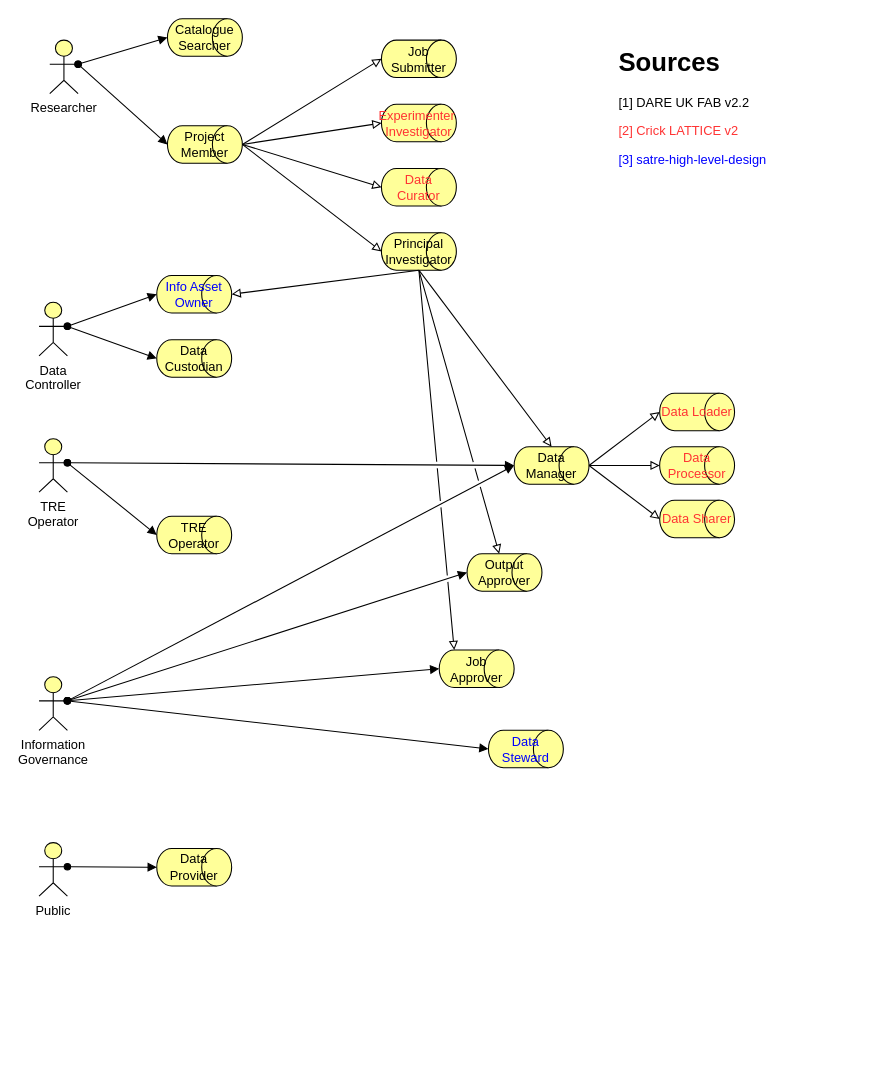
Earlier version of the draw.io diagram page "Page-1" (1 of 2) of Docs/Diagrams/TRE_Actors_Roles.drawio (sa-tre/satre-high-level-design). Source tidied: cells renumbered, new cells numbered last; positions are measured from the earlier drawing's top-left corner, leaving out a move shared by most shapes. Both pictures are drawn from the tidied source at 107%, with x=0, y=0 at pixel (39, 18).
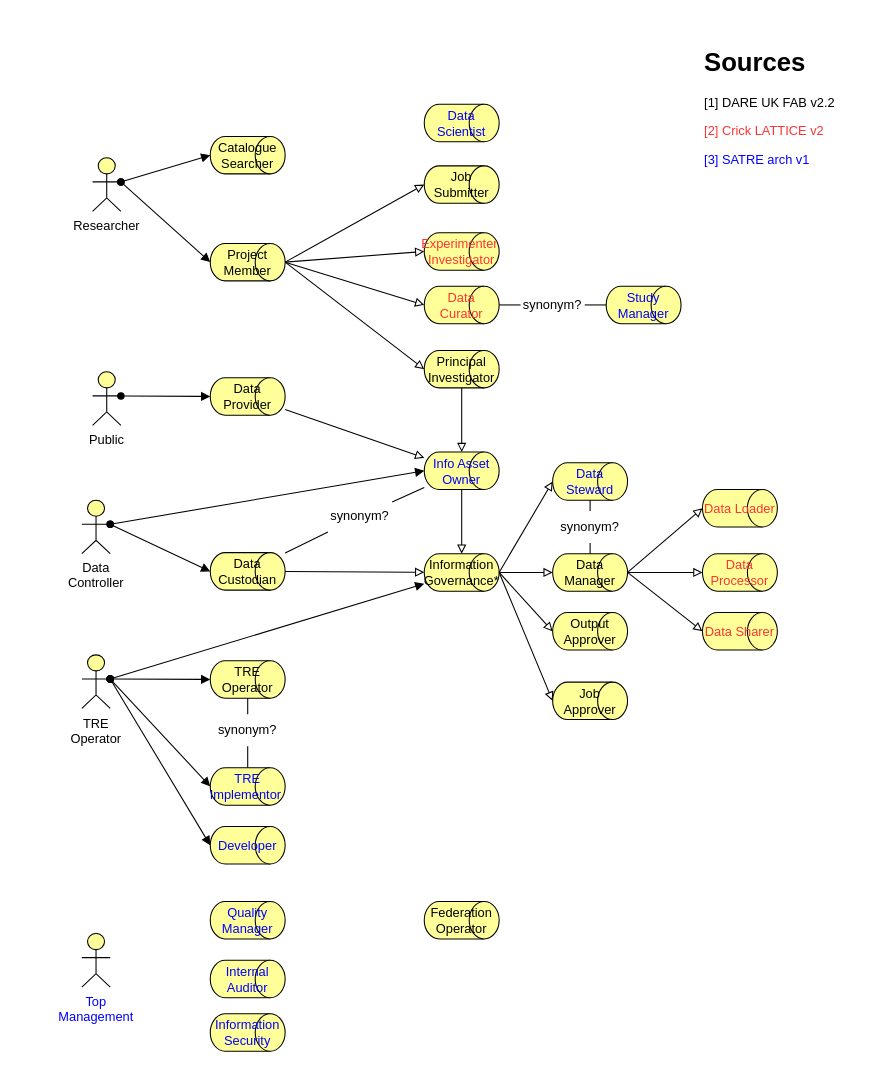
After the change.

Commit message (it also covers changes not shown here):
Updated diagram, added narrative

Updated diagram to include all roles in SATRE arch v1. Begun narrative page.

Diff of the diagram source:
```diff
@@
     <mxCell id="2" value="Researcher" style="html=1;outlineConnect=0;whiteSpace=wrap;fillColor=#ffff99;verticalLabelPosition=bottom;verticalAlign=top;align=center;shape=mxgraph.archimate3.actor;" parent="1" vertex="1">
-      <mxGeometry x="10" y="20" width="26.5" height="50" as="geometry" />
+      <mxGeometry x="50" y="130" width="26.5" height="50" as="geometry" />
     </mxCell>
     <mxCell id="3" value="Project Member" style="html=1;outlineConnect=0;whiteSpace=wrap;fillColor=#ffff99;shape=mxgraph.archimate3.role;fontColor=#000000;" parent="1" vertex="1">
-      <mxGeometry x="120" y="100" width="70" height="35" as="geometry" />
+      <mxGeometry x="160" y="210" width="70" height="35" as="geometry" />
     </mxCell>
     <mxCell id="4" value="Catalogue Searcher" style="html=1;outlineConnect=0;whiteSpace=wrap;fillColor=#ffff99;shape=mxgraph.archimate3.role;fontColor=#000000;fillStyle=auto;" parent="1" vertex="1">
-      <mxGeometry x="120" width="70" height="35" as="geometry" />
+      <mxGeometry x="160" y="110" width="70" height="35" as="geometry" />
     </mxCell>
     <mxCell id="5" value="Principal Investigator" style="html=1;outlineConnect=0;whiteSpace=wrap;fillColor=#ffff99;shape=mxgraph.archimate3.role;fontColor=#000000;" parent="1" vertex="1">
-      <mxGeometry x="320" y="200" width="70" height="35" as="geometry" />
+      <mxGeometry x="360" y="310" width="70" height="35" as="geometry" />
     </mxCell>
     <mxCell id="6" value="Job Submitter" style="html=1;outlineConnect=0;whiteSpace=wrap;fillColor=#ffff99;shape=mxgraph.archimate3.role;fontColor=#000000;" parent="1" vertex="1">
-      <mxGeometry x="320" y="20" width="70" height="35" as="geometry" />
+      <mxGeometry x="360" y="137.5" width="70" height="35" as="geometry" />
     </mxCell>
     <mxCell id="7" value="Experimenter&amp;nbsp; Investigator" style="html=1;outlineConnect=0;whiteSpace=wrap;fillColor=#ffff99;shape=mxgraph.archimate3.role;fontColor=#FF3333;" parent="1" vertex="1">
-      <mxGeometry x="320" y="80" width="70" height="35" as="geometry" />
+      <mxGeometry x="360" y="200" width="70" height="35" as="geometry" />
     </mxCell>
-    <mxCell id="8" value="Information Governance" style="html=1;outlineConnect=0;whiteSpace=wrap;fillColor=#ffff99;verticalLabelPosition=bottom;verticalAlign=top;align=center;shape=mxgraph.archimate3.actor;" parent="1" vertex="1">
-      <mxGeometry y="615" width="26.5" height="50" as="geometry" />
-    </mxCell>
     <mxCell id="9" value="Output Approver" style="html=1;outlineConnect=0;whiteSpace=wrap;fillColor=#ffff99;shape=mxgraph.archimate3.role;fontColor=#000000;" parent="1" vertex="1">
-      <mxGeometry x="400" y="500" width="70" height="35" as="geometry" />
+      <mxGeometry x="480" y="555" width="70" height="35" as="geometry" />
     </mxCell>
     <mxCell id="10" value="Data Manager" style="html=1;outlineConnect=0;whiteSpace=wrap;fillColor=#ffff99;shape=mxgraph.archimate3.role;fontColor=#000000;" parent="1" vertex="1">
-      <mxGeometry x="444" y="400" width="70" height="35" as="geometry" />
+      <mxGeometry x="480" y="500" width="70" height="35" as="geometry" />
     </mxCell>
     <mxCell id="11" value="Job Approver" style="html=1;outlineConnect=0;whiteSpace=wrap;fillColor=#ffff99;shape=mxgraph.archimate3.role;fontColor=#000000;" parent="1" vertex="1">
-      <mxGeometry x="374" y="590" width="70" height="35" as="geometry" />
+      <mxGeometry x="480" y="620" width="70" height="35" as="geometry" />
     </mxCell>
     <mxCell id="12" value="Data Controller" style="html=1;outlineConnect=0;whiteSpace=wrap;fillColor=#ffff99;verticalLabelPosition=bottom;verticalAlign=top;align=center;shape=mxgraph.archimate3.actor;" parent="1" vertex="1">
-      <mxGeometry y="265" width="26.5" height="50" as="geometry" />
+      <mxGeometry x="40" y="450" width="26.5" height="50" as="geometry" />
     </mxCell>
     <mxCell id="13" value="Data Custodian" style="html=1;outlineConnect=0;whiteSpace=wrap;fillColor=#ffff99;shape=mxgraph.archimate3.role;" parent="1" vertex="1">
-      <mxGeometry x="110" y="300" width="70" height="35" as="geometry" />
+      <mxGeometry x="160" y="499" width="70" height="35" as="geometry" />
     </mxCell>
     <mxCell id="14" value="TRE Operator" style="html=1;outlineConnect=0;whiteSpace=wrap;fillColor=#ffff99;verticalLabelPosition=bottom;verticalAlign=top;align=center;shape=mxgraph.archimate3.actor;" parent="1" vertex="1">
-      <mxGeometry y="392.5" width="26.5" height="50" as="geometry" />
+      <mxGeometry x="40" y="594.5" width="26.5" height="50" as="geometry" />
     </mxCell>
     <mxCell id="15" value="TRE Operator" style="html=1;outlineConnect=0;whiteSpace=wrap;fillColor=#ffff99;shape=mxgraph.archimate3.role;fontColor=#000000;" parent="1" vertex="1">
-      <mxGeometry x="110" y="465" width="70" height="35" as="geometry" />
+      <mxGeometry x="160" y="600" width="70" height="35" as="geometry" />
     </mxCell>
     <mxCell id="16" value="Public" style="html=1;outlineConnect=0;whiteSpace=wrap;fillColor=#ffff99;verticalLabelPosition=bottom;verticalAlign=top;align=center;shape=mxgraph.archimate3.actor;" parent="1" vertex="1">
-      <mxGeometry y="770" width="26.5" height="50" as="geometry" />
+      <mxGeometry x="50" y="330" width="26.5" height="50" as="geometry" />
     </mxCell>
     <mxCell id="17" value="Data Provider" style="html=1;outlineConnect=0;whiteSpace=wrap;fillColor=#ffff99;shape=mxgraph.archimate3.role;" parent="1" vertex="1">
-      <mxGeometry x="110" y="775.5" width="70" height="35" as="geometry" />
+      <mxGeometry x="160" y="335.5" width="70" height="35" as="geometry" />
     </mxCell>
     <mxCell id="18" value="Data Loader" style="html=1;outlineConnect=0;whiteSpace=wrap;fillColor=#ffff99;shape=mxgraph.archimate3.role;fontColor=#FF3333;" parent="1" vertex="1">
-      <mxGeometry x="580" y="350" width="70" height="35" as="geometry" />
+      <mxGeometry x="620" y="440" width="70" height="35" as="geometry" />
     </mxCell>
     <mxCell id="19" value="Data Processor" style="html=1;outlineConnect=0;whiteSpace=wrap;fillColor=#ffff99;shape=mxgraph.archimate3.role;fontColor=#FF3333;" parent="1" vertex="1">
-      <mxGeometry x="580" y="400" width="70" height="35" as="geometry" />
+      <mxGeometry x="620" y="500" width="70" height="35" as="geometry" />
     </mxCell>
     <mxCell id="20" value="Data Sharer" style="html=1;outlineConnect=0;whiteSpace=wrap;fillColor=#ffff99;shape=mxgraph.archimate3.role;fontColor=#FF3333;" parent="1" vertex="1">
-      <mxGeometry x="580" y="450" width="70" height="35" as="geometry" />
+      <mxGeometry x="620" y="555" width="70" height="35" as="geometry" />
     </mxCell>
     <mxCell id="21" value="Data Curator" style="html=1;outlineConnect=0;whiteSpace=wrap;fillColor=#ffff99;shape=mxgraph.archimate3.role;fontColor=#FF3333;" parent="1" vertex="1">
-      <mxGeometry x="320" y="140" width="70" height="35" as="geometry" />
+      <mxGeometry x="360" y="250" width="70" height="35" as="geometry" />
     </mxCell>
@@
-    <mxCell id="24" style="endArrow=block;html=1;endFill=1;startArrow=oval;startFill=1;elbow=vertical;rounded=0;entryX=0;entryY=0.5;entryDx=0;entryDy=0;entryPerimeter=0;exitX=1;exitY=0.45;exitDx=0;exitDy=0;exitPerimeter=0;" parent="1" edge="1" source="8" target="11">
-      <mxGeometry relative="1" as="geometry" />
-    </mxCell>
-    <mxCell id="25" style="endArrow=block;html=1;endFill=1;startArrow=oval;startFill=1;elbow=vertical;rounded=0;entryX=0;entryY=0.5;entryDx=0;entryDy=0;entryPerimeter=0;exitX=1;exitY=0.45;exitDx=0;exitDy=0;exitPerimeter=0;" parent="1" edge="1" source="8" target="10">
-      <mxGeometry relative="1" as="geometry" />
-    </mxCell>
-    <mxCell id="26" style="endArrow=block;html=1;endFill=1;startArrow=oval;startFill=1;elbow=vertical;rounded=0;entryX=0;entryY=0.5;entryDx=0;entryDy=0;entryPerimeter=0;exitX=1;exitY=0.45;exitDx=0;exitDy=0;exitPerimeter=0;" parent="1" edge="1" source="8" target="9">
-      <mxGeometry relative="1" as="geometry" />
-    </mxCell>
-    <mxCell id="27" style="endArrow=block;html=1;endFill=1;startArrow=oval;startFill=1;elbow=vertical;rounded=0;entryX=0;entryY=0.5;entryDx=0;entryDy=0;entryPerimeter=0;exitX=1;exitY=0.45;exitDx=0;exitDy=0;exitPerimeter=0;" parent="1" edge="1" source="14" target="15">
+    <mxCell id="27" style="endArrow=block;html=1;endFill=1;startArrow=oval;startFill=1;elbow=vertical;rounded=0;exitX=1;exitY=0.45;exitDx=0;exitDy=0;exitPerimeter=0;entryX=0;entryY=0.5;entryDx=0;entryDy=0;entryPerimeter=0;" parent="1" edge="1" source="14" target="15">
       <mxGeometry relative="1" as="geometry" />
     </mxCell>
@@
-    <mxCell id="37" value="&lt;h1 style=&quot;margin-top: 0px;&quot;&gt;Sources&lt;/h1&gt;&lt;p&gt;[1] DARE UK FAB v2.2&lt;/p&gt;&lt;p&gt;&lt;font style=&quot;color: rgb(255, 51, 51);&quot;&gt;[2] &lt;font style=&quot;color: rgb(255, 51, 51);&quot;&gt;Crick LATTICE v2&lt;/font&gt;&lt;/font&gt;&lt;/p&gt;&lt;p&gt;&lt;font&gt;&lt;font style=&quot;color: rgb(0, 0, 255);&quot;&gt;[3] satre-high-level-design&lt;/font&gt;&lt;/font&gt;&lt;/p&gt;" style="text;html=1;whiteSpace=wrap;overflow=hidden;rounded=0;" parent="1" vertex="1">
-      <mxGeometry x="540" y="20" width="180" height="170" as="geometry" />
+    <mxCell id="37" value="&lt;h1 style=&quot;margin-top: 0px;&quot;&gt;Sources&lt;/h1&gt;&lt;p&gt;[1] DARE UK FAB v2.2&lt;/p&gt;&lt;p&gt;&lt;font style=&quot;color: rgb(255, 51, 51);&quot;&gt;[2] &lt;font style=&quot;color: rgb(255, 51, 51);&quot;&gt;Crick LATTICE v2&lt;/font&gt;&lt;/font&gt;&lt;/p&gt;&lt;p&gt;&lt;font&gt;&lt;font style=&quot;color: rgb(0, 0, 255);&quot;&gt;[3] SATRE arch v1&lt;/font&gt;&lt;/font&gt;&lt;/p&gt;" style="text;html=1;whiteSpace=wrap;overflow=hidden;rounded=0;" parent="1" vertex="1">
+      <mxGeometry x="620" y="20" width="140" height="170" as="geometry" />
     </mxCell>
     <mxCell id="38" value="&lt;font style=&quot;color: rgb(0, 0, 255);&quot;&gt;Info Asset Owner&lt;/font&gt;" style="html=1;outlineConnect=0;whiteSpace=wrap;fillColor=#ffff99;shape=mxgraph.archimate3.role;" parent="1" vertex="1">
-      <mxGeometry x="110" y="240" width="70" height="35" as="geometry" />
+      <mxGeometry x="360" y="405" width="70" height="35" as="geometry" />
     </mxCell>
@@
     <mxCell id="40" value="&lt;font style=&quot;color: rgb(0, 0, 255);&quot;&gt;Data Steward&lt;/font&gt;" style="html=1;outlineConnect=0;whiteSpace=wrap;fillColor=#ffff99;shape=mxgraph.archimate3.role;fontColor=#000000;" parent="1" vertex="1">
-      <mxGeometry x="420" y="665" width="70" height="35" as="geometry" />
+      <mxGeometry x="480" y="415" width="70" height="35" as="geometry" />
     </mxCell>
-    <mxCell id="41" style="endArrow=block;html=1;endFill=1;startArrow=oval;startFill=1;elbow=vertical;rounded=0;entryX=0;entryY=0.5;entryDx=0;entryDy=0;entryPerimeter=0;exitX=1;exitY=0.45;exitDx=0;exitDy=0;exitPerimeter=0;" parent="1" edge="1" source="8" target="40">
-      <mxGeometry relative="1" as="geometry" />
-    </mxCell>
-    <mxCell id="42" style="endArrow=block;html=1;endFill=1;startArrow=oval;startFill=1;elbow=vertical;rounded=0;entryX=0;entryY=0.5;entryDx=0;entryDy=0;entryPerimeter=0;exitX=1;exitY=0.45;exitDx=0;exitDy=0;exitPerimeter=0;" parent="1" edge="1" source="14" target="10">
+    <mxCell id="42" style="endArrow=block;html=1;endFill=1;startArrow=oval;startFill=1;elbow=vertical;rounded=0;exitX=1;exitY=0.45;exitDx=0;exitDy=0;exitPerimeter=0;" parent="1" edge="1" source="14" target="56">
       <mxGeometry relative="1" as="geometry" />
     </mxCell>
-    <mxCell id="43" style="endArrow=block;html=1;endFill=0;elbow=vertical;rounded=0;exitX=0.5;exitY=1;exitDx=0;exitDy=0;exitPerimeter=0;entryX=0.5;entryY=0;entryDx=0;entryDy=0;entryPerimeter=0;fontColor=#000000;jumpStyle=gap;" parent="1" edge="1" source="5" target="10">
-      <mxGeometry relative="1" as="geometry" />
-    </mxCell>
-    <mxCell id="44" style="endArrow=block;html=1;endFill=0;elbow=vertical;rounded=0;exitX=0.5;exitY=1;exitDx=0;exitDy=0;exitPerimeter=0;fontColor=#000000;jumpStyle=gap;" parent="1" edge="1" source="5" target="9">
-      <mxGeometry relative="1" as="geometry" />
-    </mxCell>
-    <mxCell id="45" style="endArrow=block;html=1;endFill=0;elbow=vertical;rounded=0;exitX=0.5;exitY=1;exitDx=0;exitDy=0;exitPerimeter=0;entryX=0.2;entryY=0;entryDx=0;entryDy=0;entryPerimeter=0;fontColor=#000000;jumpStyle=gap;" parent="1" edge="1" source="5" target="11">
-      <mxGeometry relative="1" as="geometry" />
-    </mxCell>
-    <mxCell id="46" style="endArrow=block;html=1;endFill=0;elbow=vertical;rounded=0;exitX=0.5;exitY=1;exitDx=0;exitDy=0;exitPerimeter=0;entryX=1;entryY=0.5;entryDx=0;entryDy=0;entryPerimeter=0;fontColor=#000000;jumpStyle=gap;" parent="1" edge="1" source="5" target="38">
+    <mxCell id="46" style="endArrow=block;html=1;endFill=0;elbow=vertical;rounded=0;exitX=0.5;exitY=1;exitDx=0;exitDy=0;exitPerimeter=0;entryX=0.5;entryY=0;entryDx=0;entryDy=0;entryPerimeter=0;fontColor=#000000;jumpStyle=gap;" parent="1" edge="1" source="5" target="38">
       <mxGeometry relative="1" as="geometry" />
     </mxCell>
+    <mxCell id="47" value="&lt;font style=&quot;color: rgb(0, 0, 255);&quot;&gt;Top Management&lt;/font&gt;" style="html=1;whiteSpace=wrap;fillColor=#ffff99;verticalLabelPosition=bottom;verticalAlign=top;align=center;shape=mxgraph.archimate3.actor;" parent="1" vertex="1">
+      <mxGeometry x="40" y="855" width="26.5" height="50" as="geometry" />
+    </mxCell>
+    <mxCell id="48" value="&lt;font style=&quot;color: rgb(0, 0, 255);&quot;&gt;Quality Manager&lt;/font&gt;" style="html=1;whiteSpace=wrap;fillColor=#ffff99;shape=mxgraph.archimate3.role;fontColor=#000000;" parent="1" vertex="1">
+      <mxGeometry x="160" y="825" width="70" height="35" as="geometry" />
+    </mxCell>
+    <mxCell id="49" value="&lt;font style=&quot;color: rgb(0, 0, 255);&quot;&gt;Internal Auditor&lt;/font&gt;" style="html=1;whiteSpace=wrap;fillColor=#ffff99;shape=mxgraph.archimate3.role;fontColor=#000000;" parent="1" vertex="1">
+      <mxGeometry x="160" y="880" width="70" height="35" as="geometry" />
+    </mxCell>
+    <mxCell id="50" value="&lt;font style=&quot;color: rgb(0, 0, 255);&quot;&gt;TRE Implementor&amp;nbsp;&lt;/font&gt;" style="html=1;outlineConnect=0;whiteSpace=wrap;fillColor=#ffff99;shape=mxgraph.archimate3.role;fontColor=#000000;" parent="1" vertex="1">
+      <mxGeometry x="160" y="700" width="70" height="35" as="geometry" />
+    </mxCell>
+    <mxCell id="51" value="&lt;font style=&quot;color: rgb(0, 0, 255);&quot;&gt;Study Manager&lt;/font&gt;" style="html=1;outlineConnect=0;whiteSpace=wrap;fillColor=#ffff99;shape=mxgraph.archimate3.role;fontColor=#000000;" parent="1" vertex="1">
+      <mxGeometry x="530" y="250" width="70" height="35" as="geometry" />
+    </mxCell>
+    <mxCell id="52" value="&lt;font style=&quot;&quot;&gt;Federation Operator&lt;/font&gt;" style="html=1;whiteSpace=wrap;fillColor=#ffff99;shape=mxgraph.archimate3.role;fontColor=#000000;" parent="1" vertex="1">
+      <mxGeometry x="360" y="825" width="70" height="35" as="geometry" />
+    </mxCell>
+    <mxCell id="53" value="&lt;font style=&quot;color: rgb(0, 0, 255);&quot;&gt;Developer&lt;/font&gt;" style="html=1;outlineConnect=0;whiteSpace=wrap;fillColor=#ffff99;shape=mxgraph.archimate3.role;fontColor=#000000;" parent="1" vertex="1">
+      <mxGeometry x="160" y="755" width="70" height="35" as="geometry" />
+    </mxCell>
+    <mxCell id="54" value="&lt;font style=&quot;color: rgb(0, 0, 255);&quot;&gt;Information Security&lt;/font&gt;" style="html=1;whiteSpace=wrap;fillColor=#ffff99;shape=mxgraph.archimate3.role;fontColor=#000000;" parent="1" vertex="1">
+      <mxGeometry x="160" y="930" width="70" height="35" as="geometry" />
+    </mxCell>
+    <mxCell id="55" value="&lt;font style=&quot;color: rgb(0, 0, 255);&quot;&gt;Data Scientist&lt;/font&gt;" style="html=1;whiteSpace=wrap;fillColor=#ffff99;shape=mxgraph.archimate3.role;fontColor=#000000;" parent="1" vertex="1">
+      <mxGeometry x="360" y="80" width="70" height="35" as="geometry" />
+    </mxCell>
+    <mxCell id="56" value="Information Governance*" style="html=1;outlineConnect=0;whiteSpace=wrap;fillColor=#ffff99;shape=mxgraph.archimate3.role;fontColor=#000000;" parent="1" vertex="1">
+      <mxGeometry x="360" y="500" width="70" height="35" as="geometry" />
+    </mxCell>
+    <mxCell id="57" style="endArrow=block;html=1;endFill=0;elbow=vertical;rounded=0;fontColor=#000000;jumpStyle=gap;entryX=0;entryY=0.5;entryDx=0;entryDy=0;entryPerimeter=0;exitX=1;exitY=0.5;exitDx=0;exitDy=0;exitPerimeter=0;" parent="1" edge="1" source="56" target="10">
+      <mxGeometry relative="1" as="geometry" />
+    </mxCell>
+    <mxCell id="58" style="endArrow=block;html=1;endFill=0;elbow=vertical;rounded=0;fontColor=#000000;jumpStyle=gap;exitX=1;exitY=0.5;exitDx=0;exitDy=0;exitPerimeter=0;entryX=0;entryY=0.5;entryDx=0;entryDy=0;entryPerimeter=0;" parent="1" edge="1" source="56" target="9">
+      <mxGeometry relative="1" as="geometry" />
+    </mxCell>
+    <mxCell id="59" style="endArrow=block;html=1;endFill=0;elbow=vertical;rounded=0;fontColor=#000000;jumpStyle=gap;entryX=0;entryY=0.5;entryDx=0;entryDy=0;entryPerimeter=0;exitX=1;exitY=0.5;exitDx=0;exitDy=0;exitPerimeter=0;" parent="1" edge="1" source="56" target="11">
+      <mxGeometry relative="1" as="geometry" />
+    </mxCell>
+    <mxCell id="60" style="endArrow=block;html=1;endFill=0;elbow=vertical;rounded=0;fontColor=#000000;jumpStyle=gap;entryX=0;entryY=0.5;entryDx=0;entryDy=0;entryPerimeter=0;exitX=1;exitY=0.5;exitDx=0;exitDy=0;exitPerimeter=0;" parent="1" edge="1" source="56" target="40">
+      <mxGeometry relative="1" as="geometry" />
+    </mxCell>
+    <mxCell id="61" style="endArrow=block;html=1;endFill=0;elbow=vertical;rounded=0;fontColor=#000000;jumpStyle=gap;exitX=0.5;exitY=1;exitDx=0;exitDy=0;exitPerimeter=0;" parent="1" edge="1" source="38" target="56">
+      <mxGeometry relative="1" as="geometry" />
+    </mxCell>
+    <mxCell id="62" style="endArrow=block;html=1;endFill=1;startArrow=oval;startFill=1;elbow=vertical;rounded=0;exitX=1;exitY=0.45;exitDx=0;exitDy=0;exitPerimeter=0;entryX=0;entryY=0.5;entryDx=0;entryDy=0;entryPerimeter=0;" parent="1" edge="1" source="14" target="50">
+      <mxGeometry relative="1" as="geometry" />
+    </mxCell>
+    <mxCell id="63" style="endArrow=block;html=1;endFill=1;startArrow=oval;startFill=1;elbow=vertical;rounded=0;exitX=1;exitY=0.45;exitDx=0;exitDy=0;exitPerimeter=0;entryX=0;entryY=0.5;entryDx=0;entryDy=0;entryPerimeter=0;" parent="1" edge="1" source="14" target="53">
+      <mxGeometry relative="1" as="geometry" />
+    </mxCell>
+    <mxCell id="64" style="endArrow=block;html=1;endFill=0;elbow=vertical;rounded=0;fontColor=#000000;jumpStyle=gap;" parent="1" edge="1" source="13" target="56">
+      <mxGeometry relative="1" as="geometry" />
+    </mxCell>
+    <mxCell id="65" style="html=1;endArrow=none;elbow=vertical;rounded=0;fillColor=#e1d5e7;strokeColor=#000000;" parent="1" edge="1" source="73" target="50">
+      <mxGeometry relative="1" as="geometry" />
+    </mxCell>
+    <mxCell id="66" style="html=1;endArrow=none;elbow=vertical;rounded=0;exitX=1;exitY=0.5;exitDx=0;exitDy=0;exitPerimeter=0;entryX=0;entryY=0.5;entryDx=0;entryDy=0;entryPerimeter=0;" parent="1" edge="1" source="71" target="51">
+      <mxGeometry relative="1" as="geometry" />
+    </mxCell>
+    <mxCell id="67" style="html=1;endArrow=none;elbow=vertical;rounded=0;" parent="1" edge="1" source="69" target="38">
+      <mxGeometry relative="1" as="geometry" />
+    </mxCell>
+    <mxCell id="68" style="html=1;endArrow=none;elbow=vertical;rounded=0;" parent="1" edge="1" source="13" target="69">
+      <mxGeometry relative="1" as="geometry" />
+    </mxCell>
+    <mxCell id="69" value="synonym?" style="text;html=1;align=center;verticalAlign=middle;whiteSpace=wrap;rounded=0;spacing=2;spacingBottom=0;fillColor=none;labelBackgroundColor=none;" parent="1" vertex="1">
+      <mxGeometry x="270" y="450" width="60" height="30" as="geometry" />
+    </mxCell>
+    <mxCell id="70" style="html=1;endArrow=none;elbow=vertical;rounded=0;exitX=1;exitY=0.5;exitDx=0;exitDy=0;exitPerimeter=0;entryX=0;entryY=0.5;entryDx=0;entryDy=0;entryPerimeter=0;" parent="1" edge="1" source="21" target="71">
+      <mxGeometry relative="1" as="geometry" />
+    </mxCell>
+    <mxCell id="71" value="synonym?" style="text;html=1;align=center;verticalAlign=middle;whiteSpace=wrap;rounded=0;spacing=0;" parent="1" vertex="1">
+      <mxGeometry x="450" y="252.5" width="60" height="30" as="geometry" />
+    </mxCell>
+    <mxCell id="72" style="html=1;endArrow=none;elbow=vertical;rounded=0;fillColor=#e1d5e7;strokeColor=#000000;" parent="1" edge="1" source="15" target="73">
+      <mxGeometry relative="1" as="geometry" />
+    </mxCell>
+    <mxCell id="73" value="synonym?" style="text;html=1;align=center;verticalAlign=middle;whiteSpace=wrap;rounded=0;spacing=0;" parent="1" vertex="1">
+      <mxGeometry x="165" y="650" width="60" height="30" as="geometry" />
+    </mxCell>
+    <mxCell id="74" style="html=1;endArrow=none;elbow=vertical;rounded=0;" parent="1" edge="1" source="76" target="40">
+      <mxGeometry relative="1" as="geometry" />
+    </mxCell>
+    <mxCell id="75" style="html=1;endArrow=none;elbow=vertical;rounded=0;" parent="1" edge="1" source="10" target="76">
+      <mxGeometry relative="1" as="geometry" />
+    </mxCell>
+    <mxCell id="76" value="synonym?" style="text;html=1;align=center;verticalAlign=middle;whiteSpace=wrap;rounded=0;spacing=0;" parent="1" vertex="1">
+      <mxGeometry x="485" y="460" width="60" height="30" as="geometry" />
+    </mxCell>
+    <mxCell id="77" style="endArrow=block;html=1;endFill=0;elbow=vertical;rounded=0;fontColor=#000000;jumpStyle=gap;" parent="1" edge="1" source="17" target="38">
+      <mxGeometry relative="1" as="geometry" />
+    </mxCell>
```
